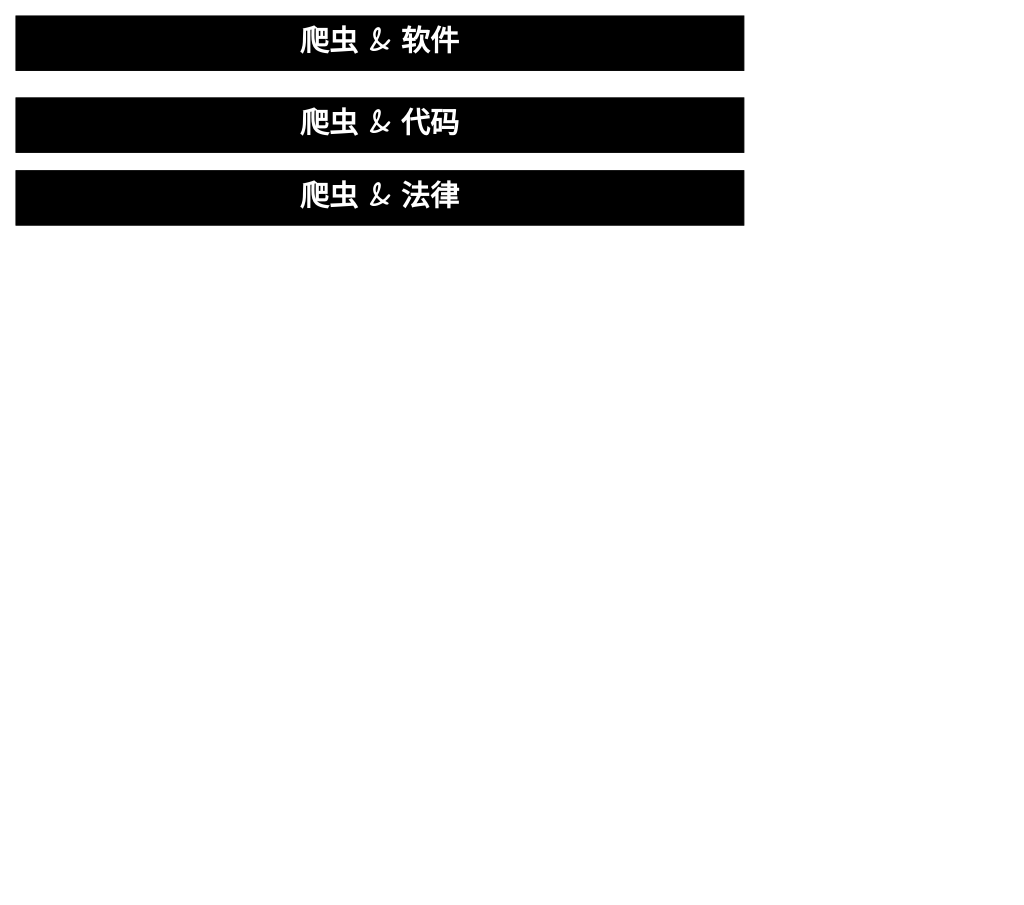
Before: page "标题" (2 of 2) of blackboard.drawio in RedFoxAtAsleep/app.diagram.net, a draw.io diagram. Source tidied: cells renumbered, new cells numbered last; positions are measured from the earlier drawing's top-left corner, leaving out a move shared by most shapes. Both pictures are drawn from the tidied source at 91%, with x=0, y=0 at pixel (15, 15).
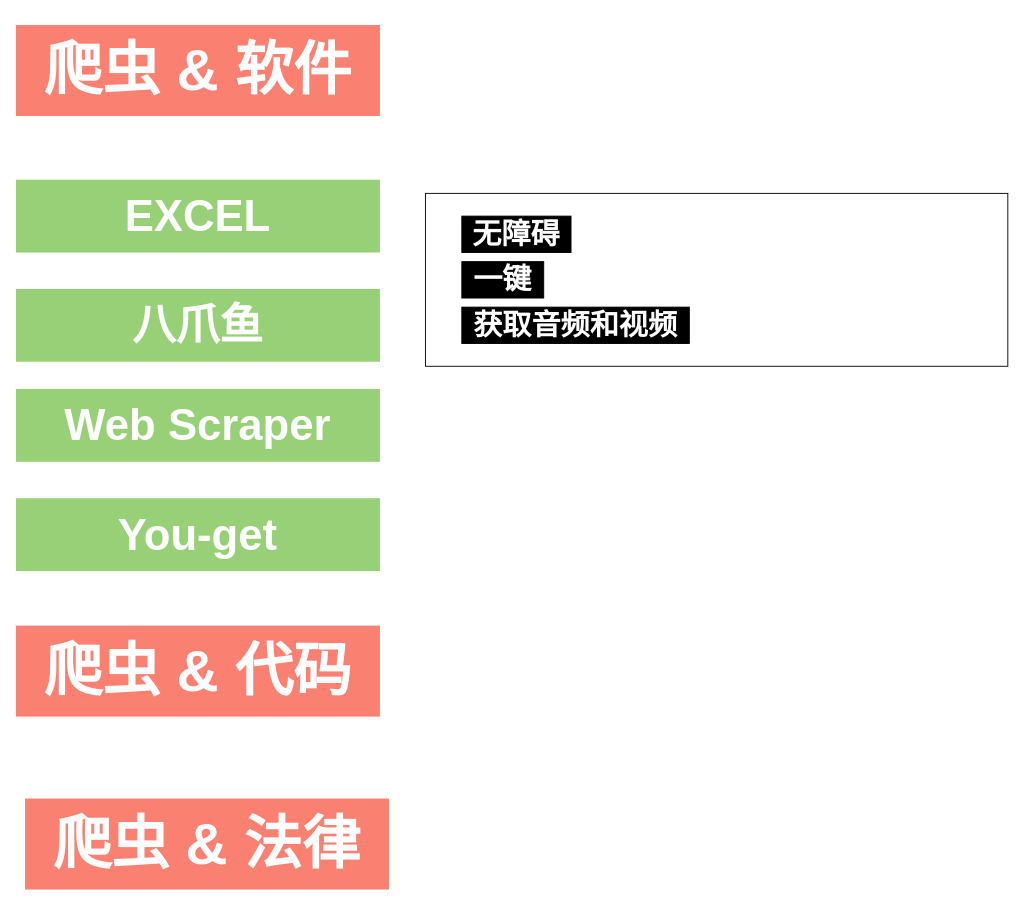
The same page after the edit.

The edit, as a diff of the source:
```diff
@@
 <mxGraphModel>
   <root>
     <mxCell id="0" />
     <mxCell id="1" parent="0" />
+    <mxCell id="5" style="rounded=0;whiteSpace=wrap;html=1;fontFamily=Helvetica;fontSize=32;" parent="1" vertex="1">
+      <mxGeometry x="450" y="195" width="640" height="190" as="geometry" />
+    </mxCell>
-    <mxCell id="2" value="爬虫 &amp;amp; 代码" style="rounded=0;whiteSpace=wrap;html=1;fontFamily=Comic Sans MS;fontSize=32;fontStyle=1;fillColor=#000000;fontColor=#FFFFFF;" parent="1" vertex="1">
-      <mxGeometry y="90" width="800" height="60" as="geometry" />
+    <mxCell id="2" value="爬虫 &amp;amp; 代码" style="rounded=0;whiteSpace=wrap;html=1;fontFamily=Helvetica;fontSize=64;fontStyle=1;fontColor=#FFFFFF;strokeColor=#250128114;fillColor=#FA8072;" parent="1" vertex="1">
+      <mxGeometry y="670" width="400" height="100" as="geometry" />
     </mxCell>
-    <mxCell id="3" value="爬虫 &amp;amp; 软件" style="rounded=0;whiteSpace=wrap;html=1;fontFamily=Comic Sans MS;fontSize=32;fontStyle=1;fillColor=#000000;fontColor=#FFFFFF;" parent="1" vertex="1">
-      <mxGeometry width="800" height="60" as="geometry" />
+    <mxCell id="3" value="爬虫 &amp;amp; 软件" style="rounded=0;whiteSpace=wrap;html=1;fontFamily=Helvetica;fontSize=64;fontStyle=1;fontColor=#FFFFFF;strokeColor=#250128114;fillColor=#FA8072;" parent="1" vertex="1">
+      <mxGeometry y="10" width="400" height="100" as="geometry" />
     </mxCell>
-    <mxCell id="4" value="爬虫 &amp;amp; 法律" style="rounded=0;whiteSpace=wrap;html=1;fontFamily=Comic Sans MS;fontSize=32;fontStyle=1;fillColor=#000000;fontColor=#FFFFFF;" parent="1" vertex="1">
-      <mxGeometry y="170" width="800" height="60" as="geometry" />
+    <mxCell id="4" value="爬虫 &amp;amp; 法律" style="rounded=0;whiteSpace=wrap;html=1;fontFamily=Helvetica;fontSize=64;fontStyle=1;fontColor=#FFFFFF;strokeColor=#250128114;fillColor=#FA8072;" parent="1" vertex="1">
+      <mxGeometry x="10" y="860" width="400" height="100" as="geometry" />
     </mxCell>
+    <mxCell id="6" value="EXCEL" style="rounded=0;whiteSpace=wrap;html=1;fontFamily=Helvetica;fontSize=48;fontStyle=1;fontColor=#FFFFFF;fillColor=#97D077;strokeColor=none;" parent="1" vertex="1">
+      <mxGeometry y="180" width="400" height="80" as="geometry" />
+    </mxCell>
+    <mxCell id="7" value="八爪鱼" style="rounded=0;whiteSpace=wrap;html=1;fontFamily=Helvetica;fontSize=48;fontStyle=1;fontColor=#FFFFFF;fillColor=#97D077;strokeColor=none;" parent="1" vertex="1">
+      <mxGeometry y="300" width="400" height="80" as="geometry" />
+    </mxCell>
+    <mxCell id="8" value="Web Scraper" style="rounded=0;whiteSpace=wrap;html=1;fontFamily=Helvetica;fontSize=48;fontStyle=1;fontColor=#FFFFFF;fillColor=#97D077;strokeColor=none;" parent="1" vertex="1">
+      <mxGeometry y="410" width="400" height="80" as="geometry" />
+    </mxCell>
+    <mxCell id="9" value="You-get" style="rounded=0;whiteSpace=wrap;html=1;fontFamily=Helvetica;fontSize=48;fontStyle=1;fontColor=#FFFFFF;fillColor=#97D077;strokeColor=none;" parent="1" vertex="1">
+      <mxGeometry y="530" width="400" height="80" as="geometry" />
+    </mxCell>
+    <mxCell id="10" value="无障碍" style="rounded=0;whiteSpace=wrap;html=1;fontFamily=Helvetica;fontSize=32;fontStyle=1;fillColor=#000000;fontColor=#FFFFFF;" parent="1" vertex="1">
+      <mxGeometry x="490" y="220" width="120" height="40" as="geometry" />
+    </mxCell>
+    <mxCell id="11" value="一键" style="rounded=0;whiteSpace=wrap;html=1;fontFamily=Helvetica;fontSize=32;fontStyle=1;fillColor=#000000;fontColor=#FFFFFF;" parent="1" vertex="1">
+      <mxGeometry x="490" y="270" width="90" height="40" as="geometry" />
+    </mxCell>
+    <mxCell id="12" value="获取音频和视频" style="rounded=0;whiteSpace=wrap;html=1;fontFamily=Helvetica;fontSize=32;fontStyle=1;fillColor=#000000;fontColor=#FFFFFF;" parent="1" vertex="1">
+      <mxGeometry x="490" y="320" width="250" height="40" as="geometry" />
+    </mxCell>
   </root>
 </mxGraphModel>
```
